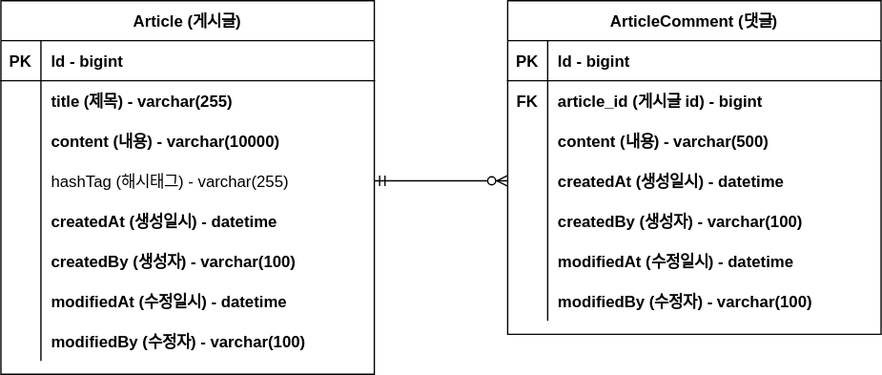
wlsgur073/practice-board-service-spring keeps this draw.io diagram as document/project-board-erd.svg. Above is the earlier version. Source tidied: cells renumbered, new cells last; positions are measured from the earlier drawing's top-left corner, leaving out a move shared by most shapes.
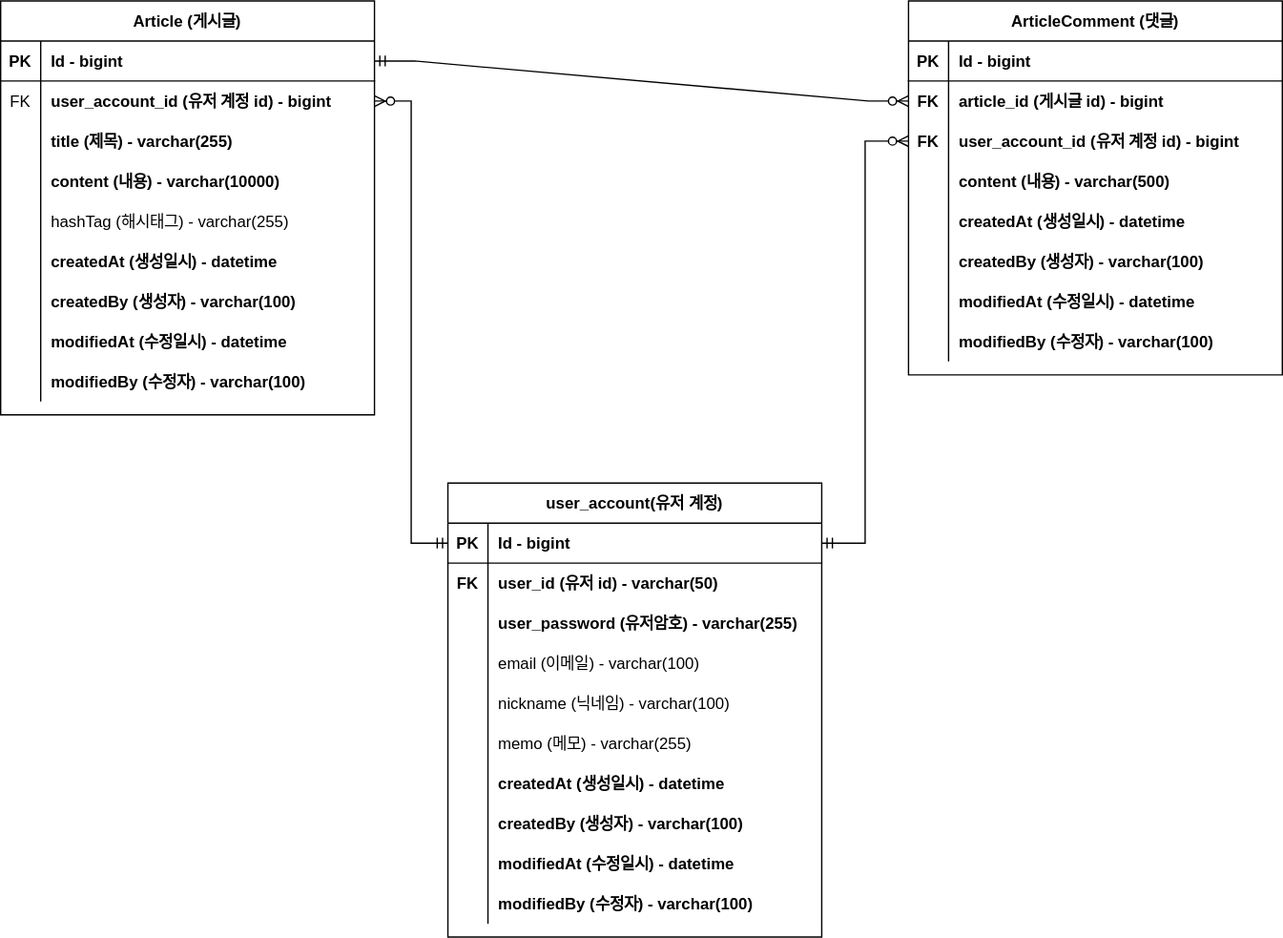
After the commit.

Commit message:
#18 - 계정 도메인 추가 작업: project-board-erd.svg 업데이트

The edit, as a diff of the source:
```diff
@@ -3,7 +3,7 @@
     <mxCell id="0" />
     <mxCell id="1" parent="0" />
     <mxCell id="2" value="Article (게시글)" style="shape=table;startSize=30;rowLines=0;fontStyle=1;align=center;" parent="1" vertex="1">
-      <mxGeometry width="280" height="280" as="geometry" />
+      <mxGeometry x="-140" y="-1" width="280" height="310" as="geometry" />
     </mxCell>
     <mxCell id="3" style="shape=partialRectangle;fillColor=none;points=[[0,0.5],[1,0.5]];portConstraint=eastwest;top=0;left=0;right=0;bottom=1;" parent="2" vertex="1">
       <mxGeometry y="30" width="280" height="30" as="geometry" />
@@ -17,14 +17,23 @@
     <mxCell id="6" style="shape=partialRectangle;fillColor=none;points=[[0,0.5],[1,0.5]];portConstraint=eastwest;top=0;left=0;right=0;bottom=0;" parent="2" vertex="1">
       <mxGeometry y="60" width="280" height="30" as="geometry" />
     </mxCell>
-    <mxCell id="7" style="shape=partialRectangle;overflow=hidden;fillColor=none;top=0;left=0;bottom=0;right=0;" parent="6" vertex="1">
+    <mxCell id="7" value="FK" style="shape=partialRectangle;overflow=hidden;fillColor=none;top=0;left=0;bottom=0;right=0;" parent="6" vertex="1">
       <mxGeometry width="30" height="30" as="geometry" />
     </mxCell>
-    <mxCell id="8" value="title (제목) - varchar(255)" style="shape=partialRectangle;overflow=hidden;fillColor=none;top=0;left=0;bottom=0;right=0;align=left;spacingLeft=6;fontStyle=1;" parent="6" vertex="1">
+    <mxCell id="8" value="user_account_id (유저 계정 id) - bigint" style="shape=partialRectangle;overflow=hidden;fillColor=none;top=0;left=0;bottom=0;right=0;align=left;spacingLeft=6;fontStyle=1;" parent="6" vertex="1">
       <mxGeometry x="30" width="250" height="30" as="geometry" />
     </mxCell>
+    <mxCell id="50" style="shape=partialRectangle;fillColor=none;top=0;left=0;right=0;bottom=0;" parent="2" vertex="1">
+      <mxGeometry y="90" width="280" height="30" as="geometry" />
+    </mxCell>
+    <mxCell id="51" style="shape=partialRectangle;overflow=hidden;fillColor=none;top=0;left=0;bottom=0;right=0;" parent="50" vertex="1">
+      <mxGeometry width="30" height="30" as="geometry" />
+    </mxCell>
+    <mxCell id="52" value="title (제목) - varchar(255)" style="shape=partialRectangle;overflow=hidden;fillColor=none;top=0;left=0;bottom=0;right=0;align=left;spacingLeft=6;fontStyle=1;" parent="50" vertex="1">
+      <mxGeometry x="30" width="250" height="30" as="geometry" />
+    </mxCell>
     <mxCell id="9" style="shape=partialRectangle;fillColor=none;top=0;left=0;right=0;bottom=0;" parent="2" vertex="1">
-      <mxGeometry y="90" width="280" height="30" as="geometry" />
+      <mxGeometry y="120" width="280" height="30" as="geometry" />
     </mxCell>
     <mxCell id="10" style="shape=partialRectangle;overflow=hidden;fillColor=none;top=0;left=0;bottom=0;right=0;" parent="9" vertex="1">
       <mxGeometry width="30" height="30" as="geometry" />
@@ -33,7 +42,7 @@
       <mxGeometry x="30" width="250" height="30" as="geometry" />
     </mxCell>
     <mxCell id="12" style="shape=partialRectangle;fillColor=none;points=[[0,0.5],[1,0.5]];portConstraint=eastwest;top=0;left=0;right=0;bottom=0;" parent="2" vertex="1">
-      <mxGeometry y="120" width="280" height="30" as="geometry" />
+      <mxGeometry y="150" width="280" height="30" as="geometry" />
     </mxCell>
     <mxCell id="13" style="shape=partialRectangle;overflow=hidden;fillColor=none;top=0;left=0;bottom=0;right=0;" parent="12" vertex="1">
       <mxGeometry width="30" height="30" as="geometry" />
@@ -42,7 +51,7 @@
       <mxGeometry x="30" width="250" height="30" as="geometry" />
     </mxCell>
     <mxCell id="15" style="shape=partialRectangle;fillColor=none;top=0;left=0;right=0;bottom=0;" parent="2" vertex="1">
-      <mxGeometry y="150" width="280" height="30" as="geometry" />
+      <mxGeometry y="180" width="280" height="30" as="geometry" />
     </mxCell>
     <mxCell id="16" style="shape=partialRectangle;overflow=hidden;fillColor=none;top=0;left=0;bottom=0;right=0;" parent="15" vertex="1">
       <mxGeometry width="30" height="30" as="geometry" />
@@ -51,7 +60,7 @@
       <mxGeometry x="30" width="250" height="30" as="geometry" />
     </mxCell>
     <mxCell id="18" style="shape=partialRectangle;fillColor=none;top=0;left=0;right=0;bottom=0;" parent="2" vertex="1">
-      <mxGeometry y="180" width="280" height="30" as="geometry" />
+      <mxGeometry y="210" width="280" height="30" as="geometry" />
     </mxCell>
     <mxCell id="19" style="shape=partialRectangle;overflow=hidden;fillColor=none;top=0;left=0;bottom=0;right=0;" parent="18" vertex="1">
       <mxGeometry width="30" height="30" as="geometry" />
@@ -60,7 +69,7 @@
       <mxGeometry x="30" width="250" height="30" as="geometry" />
     </mxCell>
     <mxCell id="21" style="shape=partialRectangle;fillColor=none;top=0;left=0;right=0;bottom=0;" parent="2" vertex="1">
-      <mxGeometry y="210" width="280" height="30" as="geometry" />
+      <mxGeometry y="240" width="280" height="30" as="geometry" />
     </mxCell>
     <mxCell id="22" style="shape=partialRectangle;overflow=hidden;fillColor=none;top=0;left=0;bottom=0;right=0;" parent="21" vertex="1">
       <mxGeometry width="30" height="30" as="geometry" />
@@ -69,7 +78,7 @@
       <mxGeometry x="30" width="250" height="30" as="geometry" />
     </mxCell>
     <mxCell id="24" style="shape=partialRectangle;fillColor=none;top=0;left=0;right=0;bottom=0;" parent="2" vertex="1">
-      <mxGeometry y="240" width="280" height="30" as="geometry" />
+      <mxGeometry y="270" width="280" height="30" as="geometry" />
     </mxCell>
     <mxCell id="25" style="shape=partialRectangle;overflow=hidden;fillColor=none;top=0;left=0;bottom=0;right=0;" parent="24" vertex="1">
       <mxGeometry width="30" height="30" as="geometry" />
@@ -78,7 +87,7 @@
       <mxGeometry x="30" width="250" height="30" as="geometry" />
     </mxCell>
     <mxCell id="27" value="ArticleComment (댓글)" style="shape=table;startSize=30;rowLines=0;fontStyle=1;align=center;" parent="1" vertex="1">
-      <mxGeometry x="380" width="280" height="250" as="geometry" />
+      <mxGeometry x="540" y="-1" width="280" height="280" as="geometry" />
     </mxCell>
     <mxCell id="28" style="shape=partialRectangle;fillColor=none;top=0;left=0;right=0;bottom=1;" parent="27" vertex="1">
       <mxGeometry y="30" width="280" height="30" as="geometry" />
@@ -98,8 +107,17 @@
     <mxCell id="33" value="article_id (게시글 id) - bigint" style="shape=partialRectangle;overflow=hidden;fillColor=none;top=0;left=0;bottom=0;right=0;align=left;spacingLeft=6;fontStyle=1;" parent="31" vertex="1">
       <mxGeometry x="30" width="250" height="30" as="geometry" />
     </mxCell>
+    <mxCell id="53" style="shape=partialRectangle;fillColor=none;points=[[0,0.5],[1,0.5]];portConstraint=eastwest;top=0;left=0;right=0;bottom=0;" parent="27" vertex="1">
+      <mxGeometry y="90" width="280" height="30" as="geometry" />
+    </mxCell>
+    <mxCell id="54" value="FK" style="shape=partialRectangle;overflow=hidden;fillColor=none;top=0;left=0;bottom=0;right=0;fontStyle=1;" parent="53" vertex="1">
+      <mxGeometry width="30" height="30" as="geometry" />
+    </mxCell>
+    <mxCell id="55" value="user_account_id (유저 계정 id) - bigint" style="shape=partialRectangle;overflow=hidden;fillColor=none;top=0;left=0;bottom=0;right=0;align=left;spacingLeft=6;fontStyle=1;" parent="53" vertex="1">
+      <mxGeometry x="30" width="250" height="30" as="geometry" />
+    </mxCell>
     <mxCell id="34" style="shape=partialRectangle;fillColor=none;top=0;left=0;right=0;bottom=0;" parent="27" vertex="1">
-      <mxGeometry y="90" width="280" height="30" as="geometry" />
+      <mxGeometry y="120" width="280" height="30" as="geometry" />
     </mxCell>
     <mxCell id="35" style="shape=partialRectangle;overflow=hidden;fillColor=none;top=0;left=0;bottom=0;right=0;" parent="34" vertex="1">
       <mxGeometry width="30" height="30" as="geometry" />
@@ -108,7 +126,7 @@
       <mxGeometry x="30" width="250" height="30" as="geometry" />
     </mxCell>
     <mxCell id="37" style="shape=partialRectangle;fillColor=none;points=[[0,0.5],[1,0.5]];portConstraint=eastwest;top=0;left=0;right=0;bottom=0;" parent="27" vertex="1">
-      <mxGeometry y="120" width="280" height="30" as="geometry" />
+      <mxGeometry y="150" width="280" height="30" as="geometry" />
     </mxCell>
     <mxCell id="38" style="shape=partialRectangle;overflow=hidden;fillColor=none;top=0;left=0;bottom=0;right=0;" parent="37" vertex="1">
       <mxGeometry width="30" height="30" as="geometry" />
@@ -117,7 +135,7 @@
       <mxGeometry x="30" width="250" height="30" as="geometry" />
     </mxCell>
     <mxCell id="40" style="shape=partialRectangle;fillColor=none;top=0;left=0;right=0;bottom=0;" parent="27" vertex="1">
-      <mxGeometry y="150" width="280" height="30" as="geometry" />
+      <mxGeometry y="180" width="280" height="30" as="geometry" />
     </mxCell>
     <mxCell id="41" style="shape=partialRectangle;overflow=hidden;fillColor=none;top=0;left=0;bottom=0;right=0;" parent="40" vertex="1">
       <mxGeometry width="30" height="30" as="geometry" />
@@ -126,7 +144,7 @@
       <mxGeometry x="30" width="250" height="30" as="geometry" />
     </mxCell>
     <mxCell id="43" style="shape=partialRectangle;fillColor=none;top=0;left=0;right=0;bottom=0;" parent="27" vertex="1">
-      <mxGeometry y="180" width="280" height="30" as="geometry" />
+      <mxGeometry y="210" width="280" height="30" as="geometry" />
     </mxCell>
     <mxCell id="44" style="shape=partialRectangle;overflow=hidden;fillColor=none;top=0;left=0;bottom=0;right=0;" parent="43" vertex="1">
       <mxGeometry width="30" height="30" as="geometry" />
@@ -135,7 +153,7 @@
       <mxGeometry x="30" width="250" height="30" as="geometry" />
     </mxCell>
     <mxCell id="46" style="shape=partialRectangle;fillColor=none;top=0;left=0;right=0;bottom=0;" parent="27" vertex="1">
-      <mxGeometry y="210" width="280" height="30" as="geometry" />
+      <mxGeometry y="240" width="280" height="30" as="geometry" />
     </mxCell>
     <mxCell id="47" style="shape=partialRectangle;overflow=hidden;fillColor=none;top=0;left=0;bottom=0;right=0;" parent="46" vertex="1">
       <mxGeometry width="30" height="30" as="geometry" />
@@ -143,8 +161,107 @@
     <mxCell id="48" value="modifiedBy (수정자) - varchar(100)" style="shape=partialRectangle;overflow=hidden;fillColor=none;top=0;left=0;bottom=0;right=0;align=left;spacingLeft=6;fontStyle=1;" parent="46" vertex="1">
       <mxGeometry x="30" width="250" height="30" as="geometry" />
     </mxCell>
-    <mxCell id="49" style="edgeStyle=entityRelationEdgeStyle;fontSize=12;html=1;endArrow=ERzeroToMany;startArrow=ERmandOne;rounded=0;exitX=1;exitY=0.5;exitDx=0;exitDy=0;entryX=0;entryY=0.5;entryDx=0;entryDy=0;" parent="1" edge="1" source="12" target="37">
+    <mxCell id="49" style="edgeStyle=entityRelationEdgeStyle;fontSize=12;html=1;endArrow=ERzeroToMany;startArrow=ERmandOne;rounded=0;exitX=1;exitY=0.5;exitDx=0;exitDy=0;entryX=0;entryY=0.5;entryDx=0;entryDy=0;" parent="1" edge="1" source="3" target="31">
       <mxGeometry relative="1" as="geometry" />
     </mxCell>
+    <mxCell id="56" value="user_account(유저 계정)" style="shape=table;startSize=30;rowLines=0;fontStyle=1;align=center;" parent="1" vertex="1">
+      <mxGeometry x="195" y="360" width="280" height="340" as="geometry" />
+    </mxCell>
+    <mxCell id="57" style="shape=partialRectangle;fillColor=none;points=[[0,0.5],[1,0.5]];portConstraint=eastwest;top=0;left=0;right=0;bottom=1;" parent="56" vertex="1">
+      <mxGeometry y="30" width="280" height="30" as="geometry" />
+    </mxCell>
+    <mxCell id="58" value="PK" style="shape=partialRectangle;overflow=hidden;fillColor=none;top=0;left=0;bottom=0;right=0;fontStyle=1;" parent="57" vertex="1">
+      <mxGeometry width="30" height="30" as="geometry" />
+    </mxCell>
+    <mxCell id="59" value="Id - bigint" style="shape=partialRectangle;overflow=hidden;fillColor=none;top=0;left=0;bottom=0;right=0;align=left;spacingLeft=6;fontStyle=1;" parent="57" vertex="1">
+      <mxGeometry x="30" width="250" height="30" as="geometry" />
+    </mxCell>
+    <mxCell id="60" style="shape=partialRectangle;fillColor=none;top=0;left=0;right=0;bottom=0;" parent="56" vertex="1">
+      <mxGeometry y="60" width="280" height="30" as="geometry" />
+    </mxCell>
+    <mxCell id="61" value="FK" style="shape=partialRectangle;overflow=hidden;fillColor=none;top=0;left=0;bottom=0;right=0;fontStyle=1;" parent="60" vertex="1">
+      <mxGeometry width="30" height="30" as="geometry" />
+    </mxCell>
+    <mxCell id="62" value="user_id (유저 id) - varchar(50)" style="shape=partialRectangle;overflow=hidden;fillColor=none;top=0;left=0;bottom=0;right=0;align=left;spacingLeft=6;fontStyle=1;" parent="60" vertex="1">
+      <mxGeometry x="30" width="250" height="30" as="geometry" />
+    </mxCell>
+    <mxCell id="63" style="shape=partialRectangle;fillColor=none;top=0;left=0;right=0;bottom=0;" parent="56" vertex="1">
+      <mxGeometry y="90" width="280" height="30" as="geometry" />
+    </mxCell>
+    <mxCell id="64" style="shape=partialRectangle;overflow=hidden;fillColor=none;top=0;left=0;bottom=0;right=0;" parent="63" vertex="1">
+      <mxGeometry width="30" height="30" as="geometry" />
+    </mxCell>
+    <mxCell id="65" value="user_password (유저암호) - varchar(255)" style="shape=partialRectangle;overflow=hidden;fillColor=none;top=0;left=0;bottom=0;right=0;align=left;spacingLeft=6;fontStyle=1;" parent="63" vertex="1">
+      <mxGeometry x="30" width="250" height="30" as="geometry" />
+    </mxCell>
+    <mxCell id="66" style="shape=partialRectangle;fillColor=none;top=0;left=0;right=0;bottom=0;" parent="56" vertex="1">
+      <mxGeometry y="120" width="280" height="30" as="geometry" />
+    </mxCell>
+    <mxCell id="67" style="shape=partialRectangle;overflow=hidden;fillColor=none;top=0;left=0;bottom=0;right=0;" parent="66" vertex="1">
+      <mxGeometry width="30" height="30" as="geometry" />
+    </mxCell>
+    <mxCell id="68" value="email (이메일) - varchar(100)" style="shape=partialRectangle;overflow=hidden;fillColor=none;top=0;left=0;bottom=0;right=0;align=left;spacingLeft=6;fontStyle=0;" parent="66" vertex="1">
+      <mxGeometry x="30" width="250" height="30" as="geometry" />
+    </mxCell>
+    <mxCell id="69" style="shape=partialRectangle;fillColor=none;top=0;left=0;right=0;bottom=0;" parent="56" vertex="1">
+      <mxGeometry y="150" width="280" height="30" as="geometry" />
+    </mxCell>
+    <mxCell id="70" style="shape=partialRectangle;overflow=hidden;fillColor=none;top=0;left=0;bottom=0;right=0;" parent="69" vertex="1">
+      <mxGeometry width="30" height="30" as="geometry" />
+    </mxCell>
+    <mxCell id="71" value="nickname (닉네임) - varchar(100)" style="shape=partialRectangle;overflow=hidden;fillColor=none;top=0;left=0;bottom=0;right=0;align=left;spacingLeft=6;fontStyle=0;" parent="69" vertex="1">
+      <mxGeometry x="30" width="250" height="30" as="geometry" />
+    </mxCell>
+    <mxCell id="72" style="shape=partialRectangle;fillColor=none;top=0;left=0;right=0;bottom=0;" parent="56" vertex="1">
+      <mxGeometry y="180" width="280" height="30" as="geometry" />
+    </mxCell>
+    <mxCell id="73" style="shape=partialRectangle;overflow=hidden;fillColor=none;top=0;left=0;bottom=0;right=0;" parent="72" vertex="1">
+      <mxGeometry width="30" height="30" as="geometry" />
+    </mxCell>
+    <mxCell id="74" value="memo (메모) - varchar(255)" style="shape=partialRectangle;overflow=hidden;fillColor=none;top=0;left=0;bottom=0;right=0;align=left;spacingLeft=6;fontStyle=0;" parent="72" vertex="1">
+      <mxGeometry x="30" width="250" height="30" as="geometry" />
+    </mxCell>
+    <mxCell id="75" style="shape=partialRectangle;fillColor=none;top=0;left=0;right=0;bottom=0;" parent="56" vertex="1">
+      <mxGeometry y="210" width="280" height="30" as="geometry" />
+    </mxCell>
+    <mxCell id="76" style="shape=partialRectangle;overflow=hidden;fillColor=none;top=0;left=0;bottom=0;right=0;" parent="75" vertex="1">
+      <mxGeometry width="30" height="30" as="geometry" />
+    </mxCell>
+    <mxCell id="77" value="createdAt (생성일시) - datetime" style="shape=partialRectangle;overflow=hidden;fillColor=none;top=0;left=0;bottom=0;right=0;align=left;spacingLeft=6;fontStyle=1;" parent="75" vertex="1">
+      <mxGeometry x="30" width="250" height="30" as="geometry" />
+    </mxCell>
+    <mxCell id="78" style="shape=partialRectangle;fillColor=none;top=0;left=0;right=0;bottom=0;" parent="56" vertex="1">
+      <mxGeometry y="240" width="280" height="30" as="geometry" />
+    </mxCell>
+    <mxCell id="79" style="shape=partialRectangle;overflow=hidden;fillColor=none;top=0;left=0;bottom=0;right=0;" parent="78" vertex="1">
+      <mxGeometry width="30" height="30" as="geometry" />
+    </mxCell>
+    <mxCell id="80" value="createdBy (생성자) - varchar(100)" style="shape=partialRectangle;overflow=hidden;fillColor=none;top=0;left=0;bottom=0;right=0;align=left;spacingLeft=6;fontStyle=1;" parent="78" vertex="1">
+      <mxGeometry x="30" width="250" height="30" as="geometry" />
+    </mxCell>
+    <mxCell id="81" style="shape=partialRectangle;fillColor=none;top=0;left=0;right=0;bottom=0;" parent="56" vertex="1">
+      <mxGeometry y="270" width="280" height="30" as="geometry" />
+    </mxCell>
+    <mxCell id="82" style="shape=partialRectangle;overflow=hidden;fillColor=none;top=0;left=0;bottom=0;right=0;" parent="81" vertex="1">
+      <mxGeometry width="30" height="30" as="geometry" />
+    </mxCell>
+    <mxCell id="83" value="modifiedAt (수정일시) - datetime" style="shape=partialRectangle;overflow=hidden;fillColor=none;top=0;left=0;bottom=0;right=0;align=left;spacingLeft=6;fontStyle=1;" parent="81" vertex="1">
+      <mxGeometry x="30" width="250" height="30" as="geometry" />
+    </mxCell>
+    <mxCell id="84" style="shape=partialRectangle;fillColor=none;top=0;left=0;right=0;bottom=0;" parent="56" vertex="1">
+      <mxGeometry y="300" width="280" height="30" as="geometry" />
+    </mxCell>
+    <mxCell id="85" style="shape=partialRectangle;overflow=hidden;fillColor=none;top=0;left=0;bottom=0;right=0;" parent="84" vertex="1">
+      <mxGeometry width="30" height="30" as="geometry" />
+    </mxCell>
+    <mxCell id="86" value="modifiedBy (수정자) - varchar(100)" style="shape=partialRectangle;overflow=hidden;fillColor=none;top=0;left=0;bottom=0;right=0;align=left;spacingLeft=6;fontStyle=1;" parent="84" vertex="1">
+      <mxGeometry x="30" width="250" height="30" as="geometry" />
+    </mxCell>
+    <mxCell id="87" style="edgeStyle=orthogonalEdgeStyle;fontSize=12;html=1;endArrow=ERzeroToMany;startArrow=ERmandOne;rounded=0;exitX=1;exitY=0.5;exitDx=0;exitDy=0;entryX=0;entryY=0.5;entryDx=0;entryDy=0;" parent="1" edge="1" source="57" target="53">
+      <mxGeometry relative="1" as="geometry" />
+    </mxCell>
+    <mxCell id="88" style="edgeStyle=orthogonalEdgeStyle;fontSize=12;html=1;endArrow=ERzeroToMany;startArrow=ERmandOne;rounded=0;exitX=0;exitY=0.5;exitDx=0;exitDy=0;entryX=1;entryY=0.5;entryDx=0;entryDy=0;" parent="1" edge="1" source="57" target="6">
+      <mxGeometry relative="1" as="geometry" />
+    </mxCell>
   </root>
 </mxGraphModel>
```
